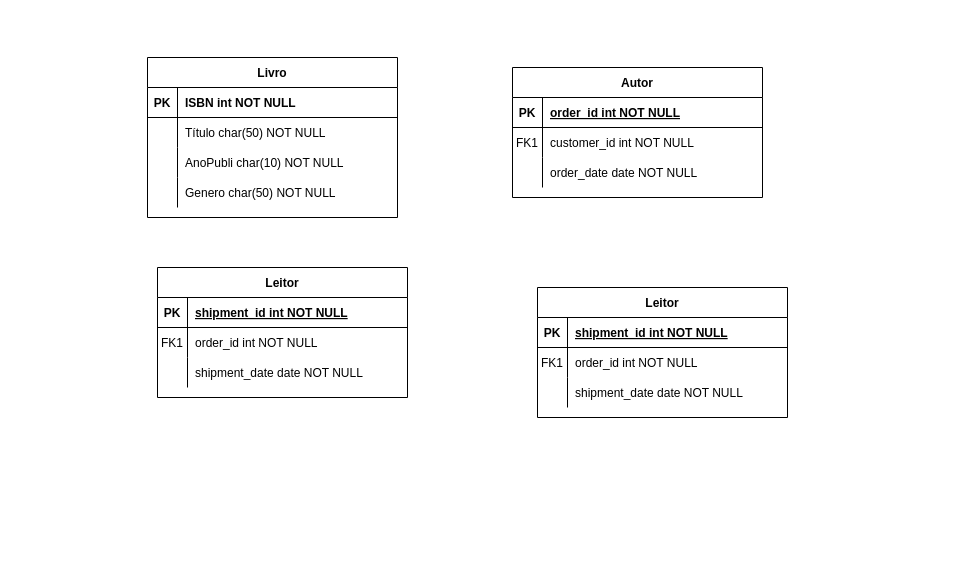
Earlier version of the draw.io diagram MER_Biblioteca.drawio (Lucas-Coimbra/Atividade-MER). Source tidied: cells renumbered, new cells numbered last; positions are measured from the earlier drawing's top-left corner, leaving out a move shared by most shapes. Both pictures are drawn from the tidied source at 100%, with x=0, y=0 at pixel (147, 57).
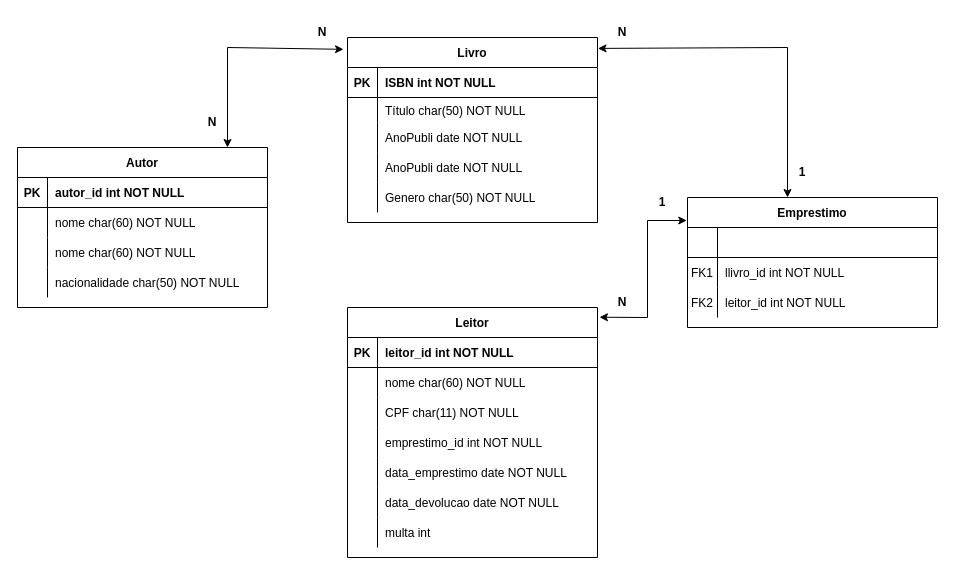
The same diagram, later.

Unchanged cells that the change refers to:
```xml
<mxCell id="3" style="shape=partialRectangle;fillColor=none;top=0;left=0;right=0;bottom=1;" parent="2" vertex="1">
  <mxGeometry y="30" width="250" height="30" as="geometry" />
</mxCell>
<mxCell id="13" style="shape=partialRectangle;fillColor=none;top=0;left=0;right=0;bottom=1;" parent="12" vertex="1">
  <mxGeometry y="30" width="250" height="30" as="geometry" />
</mxCell>
<mxCell id="16" style="shape=partialRectangle;fillColor=none;top=0;left=0;right=0;bottom=0;" parent="12" vertex="1">
  <mxGeometry y="60" width="250" height="30" as="geometry" />
</mxCell>
<mxCell id="19" style="shape=partialRectangle;fillColor=none;top=0;left=0;right=0;bottom=0;" parent="12" vertex="1">
  <mxGeometry y="90" width="250" height="30" as="geometry" />
</mxCell>
<mxCell id="36" style="shape=partialRectangle;fillColor=none;top=0;left=0;right=0;bottom=1;" parent="35" vertex="1">
  <mxGeometry y="30" width="250" height="30" as="geometry" />
</mxCell>
<mxCell id="39" style="shape=partialRectangle;fillColor=none;top=0;left=0;right=0;bottom=0;" parent="35" vertex="1">
  <mxGeometry y="60" width="250" height="30" as="geometry" />
</mxCell>
<mxCell id="42" style="shape=partialRectangle;fillColor=none;top=0;left=0;right=0;bottom=0;" parent="35" vertex="1">
  <mxGeometry y="90" width="250" height="30" as="geometry" />
</mxCell>
```

Change to the diagram source:
```diff
@@
     <mxCell id="2" value="Autor" style="shape=table;startSize=30;childLayout=tableLayout;rowLines=0;fontStyle=1;align=center;" parent="1" vertex="1">
-      <mxGeometry x="365" y="10" width="250" height="130" as="geometry" />
+      <mxGeometry x="-130" y="90" width="250" height="160" as="geometry" />
     </mxCell>
@@
-    <mxCell id="5" value="order_id int NOT NULL " style="shape=partialRectangle;overflow=hidden;fillColor=none;top=0;left=0;bottom=0;right=0;align=left;spacingLeft=6;fontStyle=5;" parent="3" vertex="1">
+    <mxCell id="5" value="autor_id int NOT NULL " style="shape=partialRectangle;overflow=hidden;fillColor=none;top=0;left=0;bottom=0;right=0;align=left;spacingLeft=6;fontStyle=1;" parent="3" vertex="1">
       <mxGeometry x="30" width="220" height="30" as="geometry" />
     </mxCell>
+    <mxCell id="45" style="shape=partialRectangle;fillColor=none;top=0;left=0;right=0;bottom=0;" parent="2" vertex="1">
+      <mxGeometry y="60" width="250" height="30" as="geometry" />
+    </mxCell>
+    <mxCell id="46" style="shape=partialRectangle;overflow=hidden;fillColor=none;top=0;left=0;bottom=0;right=0;" parent="45" vertex="1">
+      <mxGeometry width="30" height="30" as="geometry" />
+    </mxCell>
+    <mxCell id="47" value="nome char(60) NOT NULL" style="shape=partialRectangle;overflow=hidden;fillColor=none;top=0;left=0;bottom=0;right=0;align=left;spacingLeft=6;" parent="45" vertex="1">
+      <mxGeometry x="30" width="220" height="30" as="geometry" />
+    </mxCell>
     <mxCell id="6" style="shape=partialRectangle;fillColor=none;top=0;left=0;right=0;bottom=0;" parent="2" vertex="1">
-      <mxGeometry y="60" width="250" height="30" as="geometry" />
+      <mxGeometry y="90" width="250" height="30" as="geometry" />
     </mxCell>
-    <mxCell id="7" value="FK1" style="shape=partialRectangle;overflow=hidden;fillColor=none;top=0;left=0;bottom=0;right=0;" parent="6" vertex="1">
+    <mxCell id="7" style="shape=partialRectangle;overflow=hidden;fillColor=none;top=0;left=0;bottom=0;right=0;" parent="6" vertex="1">
       <mxGeometry width="30" height="30" as="geometry" />
     </mxCell>
-    <mxCell id="8" value="customer_id int NOT NULL" style="shape=partialRectangle;overflow=hidden;fillColor=none;top=0;left=0;bottom=0;right=0;align=left;spacingLeft=6;" parent="6" vertex="1">
+    <mxCell id="8" value="nome char(60) NOT NULL" style="shape=partialRectangle;overflow=hidden;fillColor=none;top=0;left=0;bottom=0;right=0;align=left;spacingLeft=6;" parent="6" vertex="1">
       <mxGeometry x="30" width="220" height="30" as="geometry" />
     </mxCell>
     <mxCell id="9" style="shape=partialRectangle;fillColor=none;top=0;left=0;right=0;bottom=0;" parent="2" vertex="1">
-      <mxGeometry y="90" width="250" height="30" as="geometry" />
+      <mxGeometry y="120" width="250" height="30" as="geometry" />
     </mxCell>
@@
-    <mxCell id="11" value="order_date date NOT NULL" style="shape=partialRectangle;overflow=hidden;fillColor=none;top=0;left=0;bottom=0;right=0;align=left;spacingLeft=6;" parent="9" vertex="1">
+    <mxCell id="11" value="nacionalidade char(50) NOT NULL" style="shape=partialRectangle;overflow=hidden;fillColor=none;top=0;left=0;bottom=0;right=0;align=left;spacingLeft=6;" parent="9" vertex="1">
       <mxGeometry x="30" width="220" height="30" as="geometry" />
     </mxCell>
     <mxCell id="12" value="Leitor" style="shape=table;startSize=30;childLayout=tableLayout;rowLines=0;fontStyle=1;align=center;" parent="1" vertex="1">
-      <mxGeometry x="390" y="230" width="250" height="130" as="geometry" />
+      <mxGeometry x="200" y="250" width="250" height="250" as="geometry" />
     </mxCell>
@@
-    <mxCell id="15" value="shipment_id int NOT NULL " style="shape=partialRectangle;overflow=hidden;fillColor=none;top=0;left=0;bottom=0;right=0;align=left;spacingLeft=6;fontStyle=5;" parent="13" vertex="1">
+    <mxCell id="15" value="leitor_id int NOT NULL " style="shape=partialRectangle;overflow=hidden;fillColor=none;top=0;left=0;bottom=0;right=0;align=left;spacingLeft=6;fontStyle=1;" parent="13" vertex="1">
       <mxGeometry x="30" width="220" height="30" as="geometry" />
     </mxCell>
@@
-    <mxCell id="17" value="FK1" style="shape=partialRectangle;overflow=hidden;fillColor=none;top=0;left=0;bottom=0;right=0;" parent="16" vertex="1">
+    <mxCell id="17" style="shape=partialRectangle;overflow=hidden;fillColor=none;top=0;left=0;bottom=0;right=0;" parent="16" vertex="1">
       <mxGeometry width="30" height="30" as="geometry" />
     </mxCell>
-    <mxCell id="18" value="order_id int NOT NULL" style="shape=partialRectangle;overflow=hidden;fillColor=none;top=0;left=0;bottom=0;right=0;align=left;spacingLeft=6;" parent="16" vertex="1">
+    <mxCell id="18" value="nome char(60) NOT NULL" style="shape=partialRectangle;overflow=hidden;fillColor=none;top=0;left=0;bottom=0;right=0;align=left;spacingLeft=6;" parent="16" vertex="1">
       <mxGeometry x="30" width="220" height="30" as="geometry" />
     </mxCell>
@@
-    <mxCell id="21" value="shipment_date date NOT NULL" style="shape=partialRectangle;overflow=hidden;fillColor=none;top=0;left=0;bottom=0;right=0;align=left;spacingLeft=6;" parent="19" vertex="1">
+    <mxCell id="21" value="CPF char(11) NOT NULL" style="shape=partialRectangle;overflow=hidden;fillColor=none;top=0;left=0;bottom=0;right=0;align=left;spacingLeft=6;" parent="19" vertex="1">
       <mxGeometry x="30" width="220" height="30" as="geometry" />
     </mxCell>
+    <mxCell id="48" style="shape=partialRectangle;fillColor=none;top=0;left=0;right=0;bottom=0;" parent="12" vertex="1">
+      <mxGeometry y="120" width="250" height="30" as="geometry" />
+    </mxCell>
+    <mxCell id="49" style="shape=partialRectangle;overflow=hidden;fillColor=none;top=0;left=0;bottom=0;right=0;" parent="48" vertex="1">
+      <mxGeometry width="30" height="30" as="geometry" />
+    </mxCell>
+    <mxCell id="50" value="emprestimo_id int NOT NULL" style="shape=partialRectangle;overflow=hidden;fillColor=none;top=0;left=0;bottom=0;right=0;align=left;spacingLeft=6;" parent="48" vertex="1">
+      <mxGeometry x="30" width="220" height="30" as="geometry" />
+    </mxCell>
+    <mxCell id="51" style="shape=partialRectangle;fillColor=none;top=0;left=0;right=0;bottom=0;" parent="12" vertex="1">
+      <mxGeometry y="150" width="250" height="30" as="geometry" />
+    </mxCell>
+    <mxCell id="52" style="shape=partialRectangle;overflow=hidden;fillColor=none;top=0;left=0;bottom=0;right=0;" parent="51" vertex="1">
+      <mxGeometry width="30" height="30" as="geometry" />
+    </mxCell>
+    <mxCell id="53" value="data_emprestimo date NOT NULL" style="shape=partialRectangle;overflow=hidden;fillColor=none;top=0;left=0;bottom=0;right=0;align=left;spacingLeft=6;" parent="51" vertex="1">
+      <mxGeometry x="30" width="220" height="30" as="geometry" />
+    </mxCell>
+    <mxCell id="54" style="shape=partialRectangle;fillColor=none;top=0;left=0;right=0;bottom=0;" parent="12" vertex="1">
+      <mxGeometry y="180" width="250" height="30" as="geometry" />
+    </mxCell>
+    <mxCell id="55" style="shape=partialRectangle;overflow=hidden;fillColor=none;top=0;left=0;bottom=0;right=0;" parent="54" vertex="1">
+      <mxGeometry width="30" height="30" as="geometry" />
+    </mxCell>
+    <mxCell id="56" value="data_devolucao date NOT NULL" style="shape=partialRectangle;overflow=hidden;fillColor=none;top=0;left=0;bottom=0;right=0;align=left;spacingLeft=6;" parent="54" vertex="1">
+      <mxGeometry x="30" width="220" height="30" as="geometry" />
+    </mxCell>
+    <mxCell id="57" style="shape=partialRectangle;fillColor=none;top=0;left=0;right=0;bottom=0;" parent="12" vertex="1">
+      <mxGeometry y="210" width="250" height="30" as="geometry" />
+    </mxCell>
+    <mxCell id="58" style="shape=partialRectangle;overflow=hidden;fillColor=none;top=0;left=0;bottom=0;right=0;" parent="57" vertex="1">
+      <mxGeometry width="30" height="30" as="geometry" />
+    </mxCell>
+    <mxCell id="59" value="multa int " style="shape=partialRectangle;overflow=hidden;fillColor=none;top=0;left=0;bottom=0;right=0;align=left;spacingLeft=6;" parent="57" vertex="1">
+      <mxGeometry x="30" width="220" height="30" as="geometry" />
+    </mxCell>
     <mxCell id="22" value="Livro" style="shape=table;startSize=30;childLayout=tableLayout;rowLines=0;fontStyle=1;align=center;" parent="1" vertex="1">
-      <mxGeometry width="250" height="160" as="geometry" />
+      <mxGeometry x="200" y="-20" width="250" height="185" as="geometry" />
     </mxCell>
@@
     <mxCell id="26" style="shape=partialRectangle;fillColor=none;top=0;left=0;right=0;bottom=0;" parent="22" vertex="1">
-      <mxGeometry y="60" width="250" height="30" as="geometry" />
+      <mxGeometry y="60" width="250" height="25" as="geometry" />
     </mxCell>
     <mxCell id="27" style="shape=partialRectangle;overflow=hidden;fillColor=none;top=0;left=0;bottom=0;right=0;" parent="26" vertex="1">
-      <mxGeometry width="30" height="30" as="geometry" />
+      <mxGeometry width="30" height="25" as="geometry" />
     </mxCell>
     <mxCell id="28" value="Título char(50) NOT NULL" style="shape=partialRectangle;overflow=hidden;fillColor=none;top=0;left=0;bottom=0;right=0;align=left;spacingLeft=6;" parent="26" vertex="1">
-      <mxGeometry x="30" width="220" height="30" as="geometry" />
+      <mxGeometry x="30" width="220" height="25" as="geometry" />
     </mxCell>
     <mxCell id="29" style="shape=partialRectangle;fillColor=none;top=0;left=0;right=0;bottom=0;" parent="22" vertex="1">
-      <mxGeometry y="90" width="250" height="30" as="geometry" />
+      <mxGeometry y="85" width="250" height="30" as="geometry" />
     </mxCell>
@@
-    <mxCell id="31" value="AnoPubli char(10) NOT NULL" style="shape=partialRectangle;overflow=hidden;fillColor=none;top=0;left=0;bottom=0;right=0;align=left;spacingLeft=6;" parent="29" vertex="1">
+    <mxCell id="31" value="AnoPubli date NOT NULL" style="shape=partialRectangle;overflow=hidden;fillColor=none;top=0;left=0;bottom=0;right=0;align=left;spacingLeft=6;" parent="29" vertex="1">
       <mxGeometry x="30" width="220" height="30" as="geometry" />
     </mxCell>
+    <mxCell id="60" style="shape=partialRectangle;fillColor=none;top=0;left=0;right=0;bottom=0;" parent="22" vertex="1">
+      <mxGeometry y="115" width="250" height="30" as="geometry" />
+    </mxCell>
+    <mxCell id="61" style="shape=partialRectangle;overflow=hidden;fillColor=none;top=0;left=0;bottom=0;right=0;" parent="60" vertex="1">
+      <mxGeometry width="30" height="30" as="geometry" />
+    </mxCell>
+    <mxCell id="62" value="AnoPubli date NOT NULL" style="shape=partialRectangle;overflow=hidden;fillColor=none;top=0;left=0;bottom=0;right=0;align=left;spacingLeft=6;" parent="60" vertex="1">
+      <mxGeometry x="30" width="220" height="30" as="geometry" />
+    </mxCell>
     <mxCell id="32" style="shape=partialRectangle;fillColor=none;top=0;left=0;right=0;bottom=0;" parent="22" vertex="1">
-      <mxGeometry y="120" width="250" height="30" as="geometry" />
+      <mxGeometry y="145" width="250" height="30" as="geometry" />
     </mxCell>
@@
-    <mxCell id="35" value="Leitor" style="shape=table;startSize=30;childLayout=tableLayout;rowLines=0;fontStyle=1;align=center;" parent="1" vertex="1">
-      <mxGeometry x="10" y="210" width="250" height="130" as="geometry" />
+    <mxCell id="35" value="Emprestimo" style="shape=table;startSize=30;childLayout=tableLayout;rowLines=0;fontStyle=1;align=center;" parent="1" vertex="1">
+      <mxGeometry x="540" y="140" width="250" height="130" as="geometry" />
     </mxCell>
@@
-    <mxCell id="37" value="PK" style="shape=partialRectangle;overflow=hidden;fillColor=none;top=0;left=0;bottom=0;right=0;fontStyle=1;" parent="36" vertex="1">
+    <mxCell id="37" style="shape=partialRectangle;overflow=hidden;fillColor=none;top=0;left=0;bottom=0;right=0;fontStyle=1;" parent="36" vertex="1">
       <mxGeometry width="30" height="30" as="geometry" />
     </mxCell>
-    <mxCell id="38" value="shipment_id int NOT NULL " style="shape=partialRectangle;overflow=hidden;fillColor=none;top=0;left=0;bottom=0;right=0;align=left;spacingLeft=6;fontStyle=5;" parent="36" vertex="1">
+    <mxCell id="38" style="shape=partialRectangle;overflow=hidden;fillColor=none;top=0;left=0;bottom=0;right=0;align=left;spacingLeft=6;fontStyle=5;" parent="36" vertex="1">
       <mxGeometry x="30" width="220" height="30" as="geometry" />
     </mxCell>
@@
-    <mxCell id="41" value="order_id int NOT NULL" style="shape=partialRectangle;overflow=hidden;fillColor=none;top=0;left=0;bottom=0;right=0;align=left;spacingLeft=6;" parent="39" vertex="1">
+    <mxCell id="41" value="llivro_id int NOT NULL" style="shape=partialRectangle;overflow=hidden;fillColor=none;top=0;left=0;bottom=0;right=0;align=left;spacingLeft=6;" parent="39" vertex="1">
       <mxGeometry x="30" width="220" height="30" as="geometry" />
     </mxCell>
@@
-    <mxCell id="43" style="shape=partialRectangle;overflow=hidden;fillColor=none;top=0;left=0;bottom=0;right=0;" parent="42" vertex="1">
+    <mxCell id="43" value="FK2" style="shape=partialRectangle;overflow=hidden;fillColor=none;top=0;left=0;bottom=0;right=0;" parent="42" vertex="1">
       <mxGeometry width="30" height="30" as="geometry" />
     </mxCell>
-    <mxCell id="44" value="shipment_date date NOT NULL" style="shape=partialRectangle;overflow=hidden;fillColor=none;top=0;left=0;bottom=0;right=0;align=left;spacingLeft=6;" parent="42" vertex="1">
+    <mxCell id="44" value="leitor_id int NOT NULL" style="shape=partialRectangle;overflow=hidden;fillColor=none;top=0;left=0;bottom=0;right=0;align=left;spacingLeft=6;" parent="42" vertex="1">
       <mxGeometry x="30" width="220" height="30" as="geometry" />
     </mxCell>
+    <mxCell id="63" style="endArrow=classic;startArrow=classic;html=1;rounded=0;exitX=0.84;exitY=0;exitDx=0;exitDy=0;exitPerimeter=0;entryX=-0.016;entryY=0.064;entryDx=0;entryDy=0;entryPerimeter=0;" parent="1" edge="1" source="2" target="22">
+      <mxGeometry relative="1" as="geometry">
+        <Array as="points">
+          <mxPoint x="80" y="-10" />
+        </Array>
+      </mxGeometry>
+    </mxCell>
+    <mxCell id="64" value="&lt;b&gt;N&lt;/b&gt;" style="text;html=1;align=center;verticalAlign=middle;whiteSpace=wrap;rounded=0;" parent="1" vertex="1">
+      <mxGeometry x="50" y="50" width="30" height="30" as="geometry" />
+    </mxCell>
+    <mxCell id="65" value="&lt;b&gt;N&lt;/b&gt;" style="text;html=1;align=center;verticalAlign=middle;whiteSpace=wrap;rounded=0;" parent="1" vertex="1">
+      <mxGeometry x="160" y="-40" width="30" height="30" as="geometry" />
+    </mxCell>
+    <mxCell id="66" style="endArrow=classic;startArrow=classic;html=1;rounded=0;exitX=1.008;exitY=0.039;exitDx=0;exitDy=0;exitPerimeter=0;entryX=-0.003;entryY=0.177;entryDx=0;entryDy=0;entryPerimeter=0;" parent="1" edge="1" source="12" target="35">
+      <mxGeometry relative="1" as="geometry">
+        <Array as="points">
+          <mxPoint x="500" y="260" />
+          <mxPoint x="500" y="163" />
+        </Array>
+      </mxGeometry>
+    </mxCell>
+    <mxCell id="67" value="&lt;b&gt;N&lt;/b&gt;" style="text;html=1;align=center;verticalAlign=middle;whiteSpace=wrap;rounded=0;" parent="1" vertex="1">
+      <mxGeometry x="460" y="230" width="30" height="30" as="geometry" />
+    </mxCell>
+    <mxCell id="68" value="&lt;b&gt;1&lt;/b&gt;" style="text;html=1;align=center;verticalAlign=middle;whiteSpace=wrap;rounded=0;" parent="1" vertex="1">
+      <mxGeometry x="500" y="130" width="30" height="30" as="geometry" />
+    </mxCell>
+    <mxCell id="69" style="endArrow=classic;startArrow=classic;html=1;rounded=0;exitX=1.002;exitY=0.059;exitDx=0;exitDy=0;exitPerimeter=0;entryX=0.4;entryY=0;entryDx=0;entryDy=0;entryPerimeter=0;" parent="1" edge="1" source="22" target="35">
+      <mxGeometry relative="1" as="geometry">
+        <Array as="points">
+          <mxPoint x="640" y="-10" />
+        </Array>
+      </mxGeometry>
+    </mxCell>
+    <mxCell id="70" value="&lt;b&gt;N&lt;/b&gt;" style="text;html=1;align=center;verticalAlign=middle;whiteSpace=wrap;rounded=0;" parent="1" vertex="1">
+      <mxGeometry x="460" y="-40" width="30" height="30" as="geometry" />
+    </mxCell>
+    <mxCell id="71" value="&lt;b&gt;1&lt;/b&gt;" style="text;html=1;align=center;verticalAlign=middle;whiteSpace=wrap;rounded=0;" parent="1" vertex="1">
+      <mxGeometry x="640" y="100" width="30" height="30" as="geometry" />
+    </mxCell>
```
